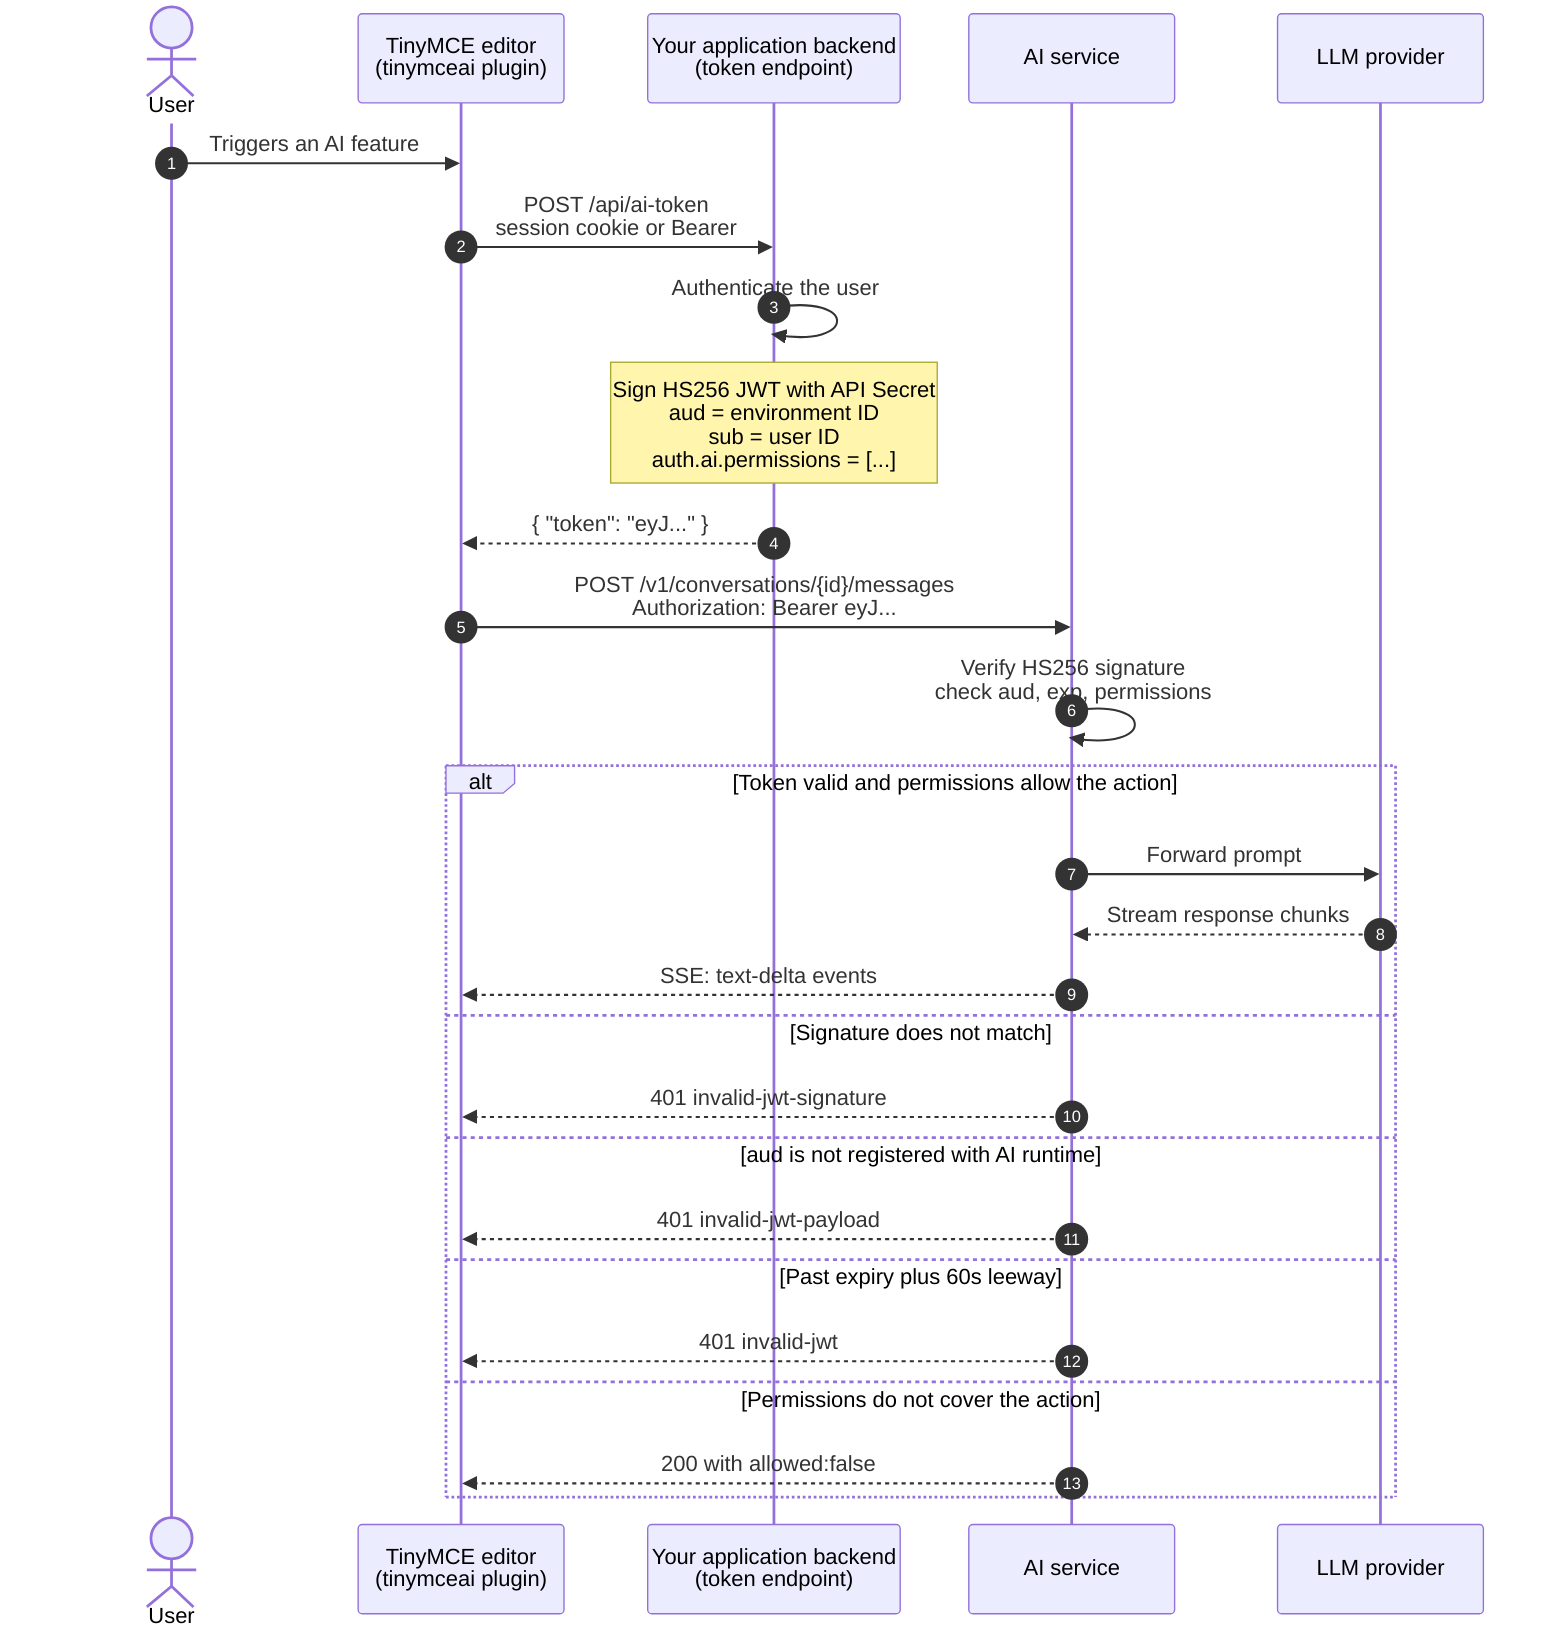
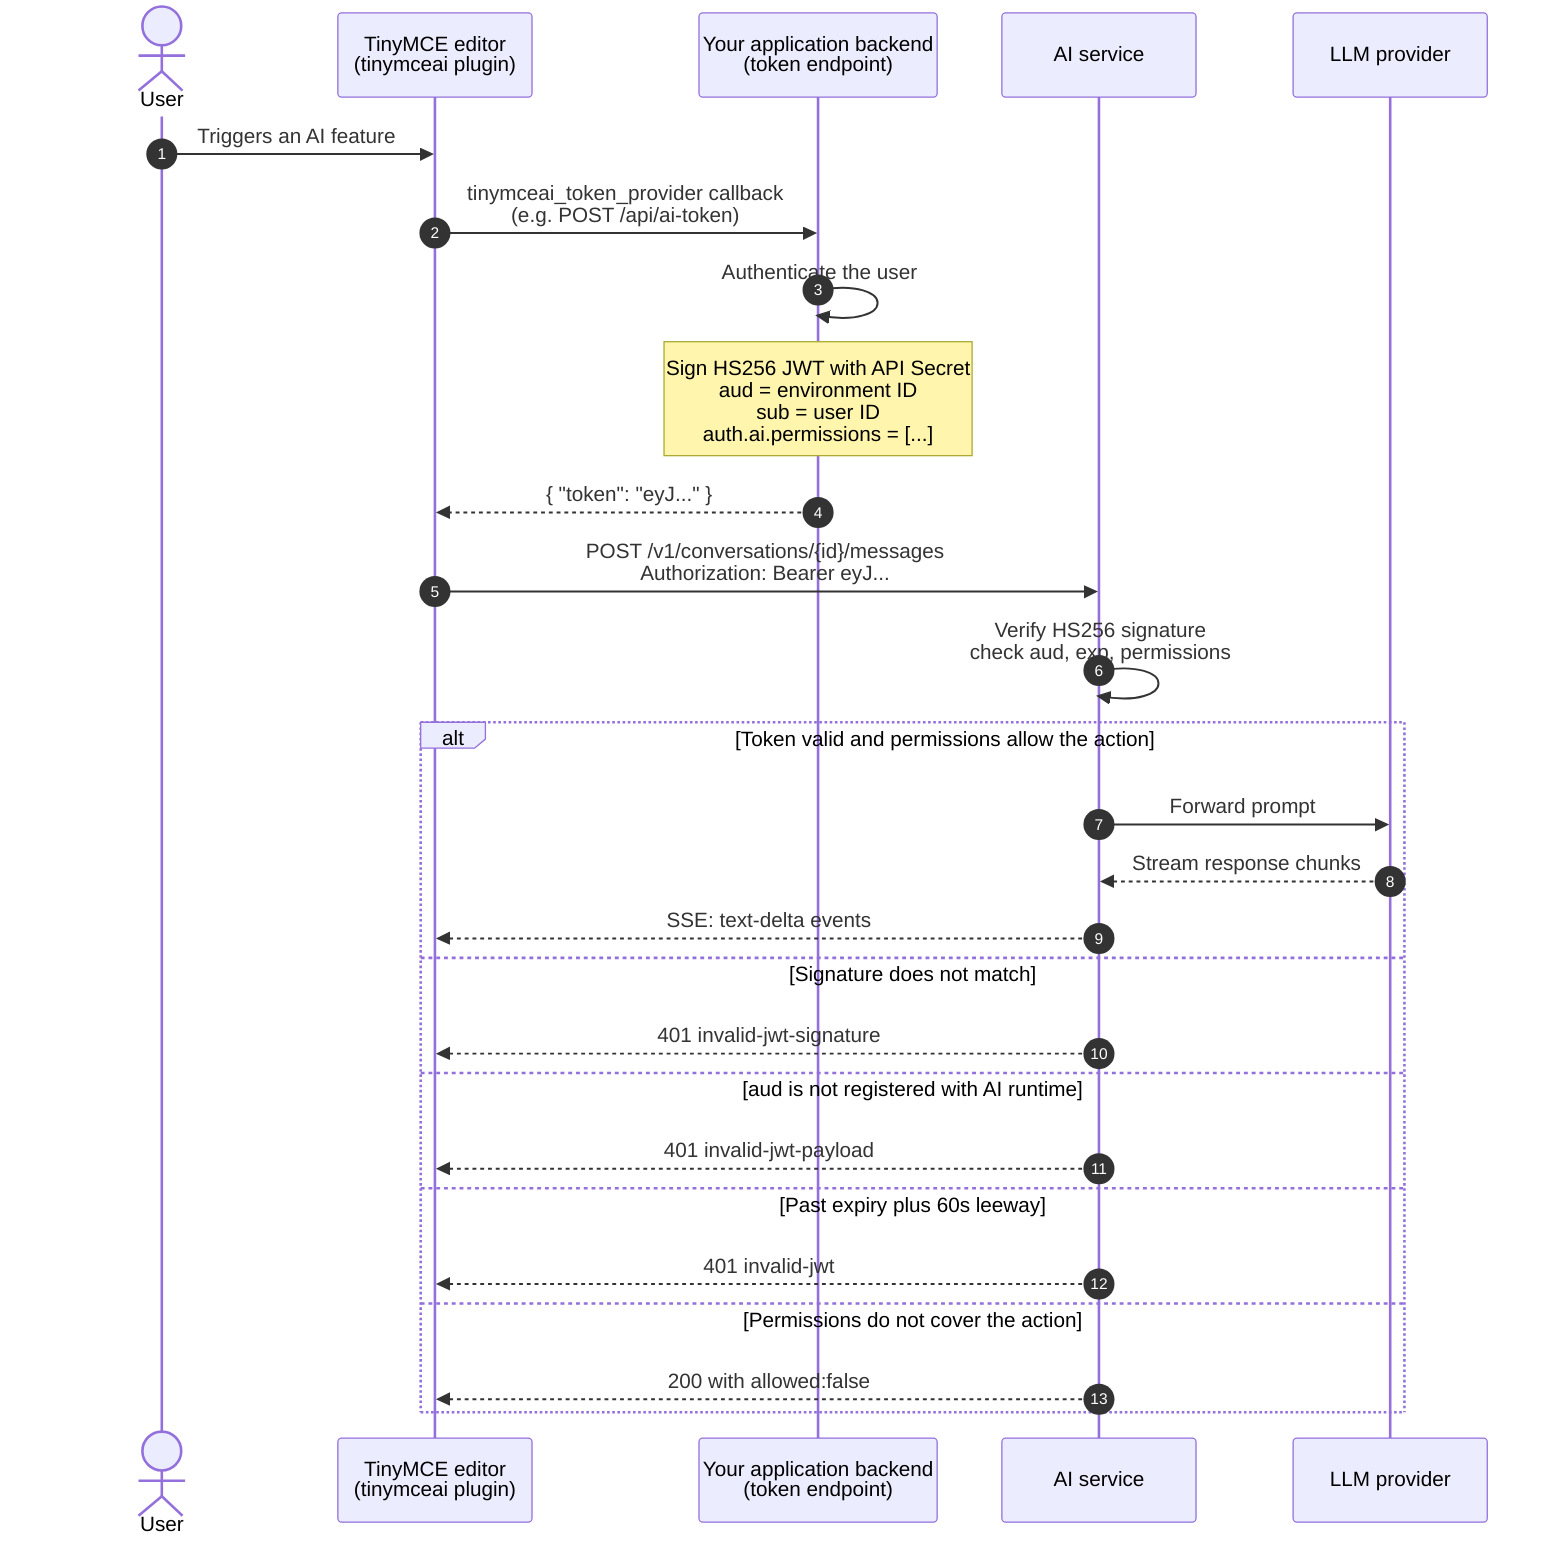
sequenceDiagram
    autonumber
    actor User
    participant Editor as TinyMCE editor<br>(tinymceai plugin)
    participant App as Your application backend<br>(token endpoint)
    participant AI as AI service
    participant LLM as LLM provider

    User->>Editor: Triggers an AI feature
-     Editor->>App: POST /api/ai-token<br>session cookie or Bearer
+     Editor->>App: tinymceai_token_provider callback<br>(e.g. POST /api/ai-token)
    App->>App: Authenticate the user
    Note over App: Sign HS256 JWT with API Secret<br>aud = environment ID<br>sub = user ID<br>auth.ai.permissions = [...]
    App-->>Editor: { "token": "eyJ..." }
    Editor->>AI: POST /v1/conversations/{id}/messages<br>Authorization: Bearer eyJ...
    AI->>AI: Verify HS256 signature<br>check aud, exp, permissions

    alt Token valid and permissions allow the action
        AI->>LLM: Forward prompt
        LLM-->>AI: Stream response chunks
        AI-->>Editor: SSE: text-delta events
    else Signature does not match
        AI-->>Editor: 401 invalid-jwt-signature
    else aud is not registered with AI runtime
        AI-->>Editor: 401 invalid-jwt-payload
    else Past expiry plus 60s leeway
        AI-->>Editor: 401 invalid-jwt
    else Permissions do not cover the action
        AI-->>Editor: 200 with allowed:false
    end
